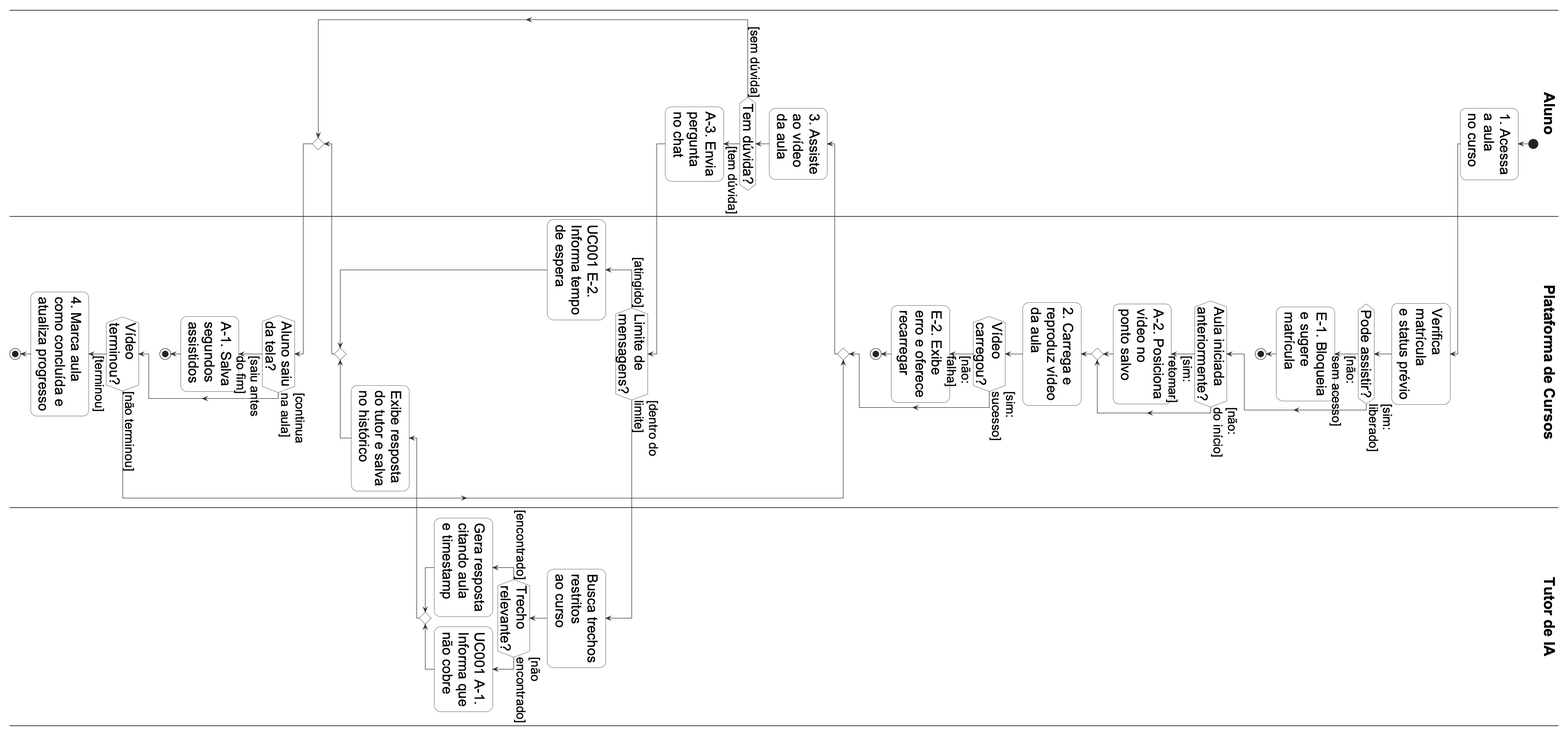
Earlier version of the PlantUML export especificacao/diagramas/11-atividades.png (Plataforma-de-Cursos-TCC/plataforma-cursos-docs). Its source is kept beside it as especificacao/diagramas/11-atividades.puml.
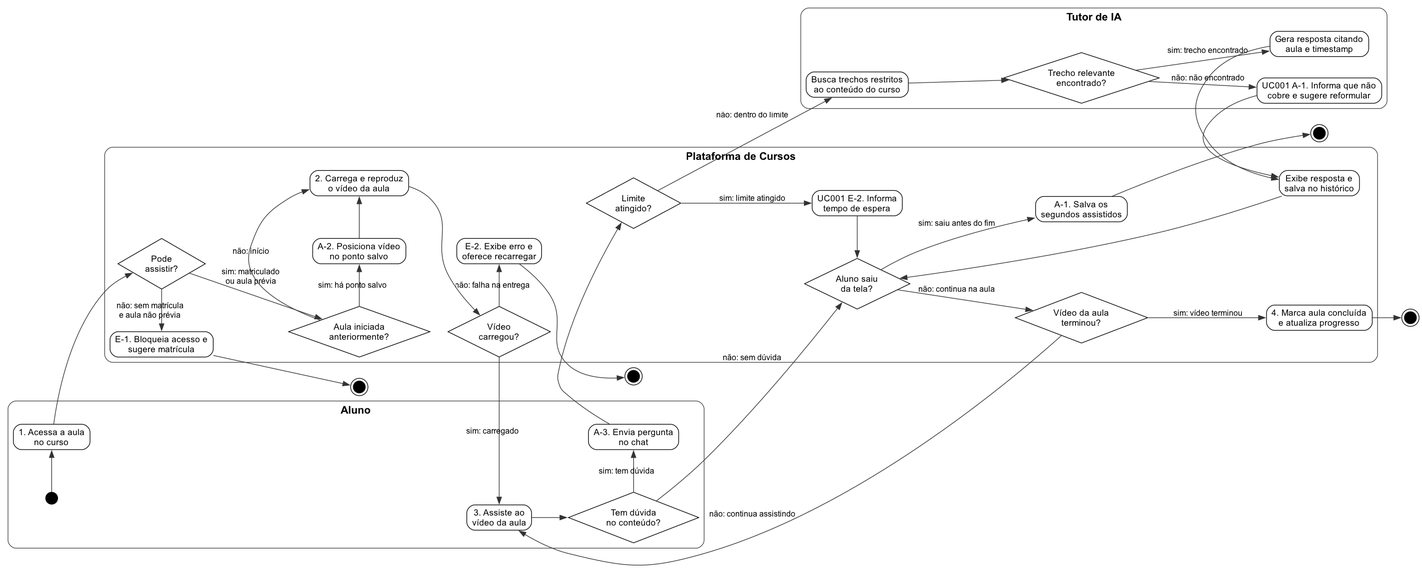
The same file after the commit.

Commit message:
docs(spec): activity diagram v3 with upright text, actor clusters and 2.5:1 ratio

The edit, as a diff of the source:
```diff
@@ -1,75 +1,62 @@
 @startuml 11-atividades
-
+left to right direction
 skinparam shadowing false
 skinparam defaultFontName Arial
-skinparam defaultFontSize 28
-skinparam ArrowFontSize 25
-skinparam ActivityFontSize 28
-skinparam ArrowColor #333333
+skinparam defaultFontSize 14
+skinparam ArrowFontSize 12
 skinparam ActivityBackgroundColor white
 skinparam ActivityBorderColor black
 skinparam ActivityDiamondBackgroundColor white
 skinparam ActivityDiamondBorderColor black
-skinparam SwimlaneBorderColor black
-skinparam SwimlaneBorderThickness 1.2
-skinparam SwimlaneTitleFontSize 30
-skinparam SwimlaneTitleFontStyle bold
 
-|Aluno|
-start
-:1. Acessa\na aula\nno curso;
-
-|Plataforma de Cursos|
-:Verifica\nmatrícula\ne status prévio;
-
-if (Pode assistir?) then ([não:\nsem acesso])
-  :E-1. Bloqueia\ne sugere\nmatrícula;
-  stop
-else ([sim:\nliberado])
+(*) --> "Aluno\n1. Acessa a aula no curso"
+--> if "Pode assistir?" then
+  -->[não: sem matrícula\ne aula não prévia] "Plataforma\nE-1. Bloqueia acesso e\nsugere matrícula"
+  --> (*)
+else
+  -->[sim: matriculado\nou aula prévia] if "Aula iniciada\nanteriormente?" then
+    -->[sim: há ponto salvo] "Plataforma\nA-2. Posiciona vídeo\nno ponto salvo"
+    --> "Plataforma\n2. Carrega e reproduz\no vídeo da aula"
+  else
+    -->[não: início] "Plataforma\n2. Carrega e reproduz\no vídeo da aula"
+  endif
 endif
 
-if (Aula iniciada\nanteriormente?) then ([sim:\nretomar])
-  :A-2. Posiciona\nvídeo no\nponto salvo;
-else ([não:\ndo início])
+"Plataforma\n2. Carrega e reproduz\no vídeo da aula" --> if "Vídeo carregou?" then
+  -->[não: falha na entrega] "Plataforma\nE-2. Exibe erro e\noferece recarregar"
+  --> (*)
+else
+  -->[sim: carregado] "Aluno\n3. Assiste ao\nvídeo da aula"
 endif
 
-:2. Carrega e\nreproduz vídeo\nda aula;
-
-if (Vídeo\ncarregou?) then ([não:\nfalha])
-  :E-2. Exibe\nerro e oferece\nrecarregar;
-  stop
-else ([sim:\nsucesso])
+"Aluno\n3. Assiste ao\nvídeo da aula" --> if "Tem dúvida\nno conteúdo?" as Duvida then
+  -->[sim: tem dúvida] "Aluno\nA-3. Envia pergunta\nno chat"
+  --> if "Limite de\nmensagens?" as Limite then
+    -->[sim: limite atingido] "Plataforma\nUC001 E-2. Informa\ntempo de espera"
+    --> if "Aluno saiu\nda tela?" as Saida then
+      -->[sim: saiu antes do fim] "Plataforma\nA-1. Salva os\nsegundos assistidos"
+      --> (*)
+    else
+      -->[não: continua na aula] if "Vídeo da aula\nterminou?" as Fim then
+        -->[sim: vídeo terminou] "Plataforma\n4. Marca aula concluída\ne atualiza progresso"
+        --> (*)
+      else
+        -->[não: continua assistindo] "Aluno\n3. Assiste ao\nvídeo da aula"
+      endif
+    endif
+  else
+    -->[não: dentro do limite] "Tutor de IA\nBusca trechos restritos\nao conteúdo do curso"
+    --> if "Trecho relevante\nencontrado?" then
+      -->[sim: trecho encontrado] "Tutor de IA\nGera resposta citando\naula e timestamp"
+      --> "Plataforma\nExibe resposta e\nsalva no histórico"
+    else
+      -->[não: não encontrado] "Tutor de IA\nUC001 A-1. Informa que não\ncobre e sugere reformular"
+      --> "Plataforma\nExibe resposta e\nsalva no histórico"
+    endif
+    --> Saida
+  endif
+else
+  -->[não: sem dúvida] Saida
 endif
 
-repeat
-  |Aluno|
-  :3. Assiste\nao vídeo\nda aula;
-  if (Tem dúvida?) then ([tem dúvida])
-    :A-3. Envia\npergunta\nno chat;
-    |Plataforma de Cursos|
-    if (Limite de\nmensagens?) then ([atingido])
-      :UC001 E-2.\nInforma tempo\nde espera;
-    else ([dentro do\nlimite])
-      |Tutor de IA|
-      :Busca trechos\nrestritos\nao curso;
-      if (Trecho\nrelevante?) then ([encontrado])
-        :Gera resposta\ncitando aula\ne timestamp;
-      else ([não\nencontrado])
-        :UC001 A-1.\nInforma que\nnão cobre;
-      endif
-      |Plataforma de Cursos|
-      :Exibe resposta\ndo tutor e salva\nno histórico;
-    endif
-  else ([sem dúvida])
-  endif
-  |Plataforma de Cursos|
-  if (Aluno saiu\nda tela?) then ([saiu antes\ndo fim])
-    :A-1. Salva\nsegundos\nassistidos;
-    stop
-  else ([continua\nna aula])
-  endif
-repeat while (Vídeo\nterminou?) is ([não terminou]) not ([terminou])
-
-:4. Marca aula\ncomo concluída e\natualiza progresso;
-stop
 @enduml
```
